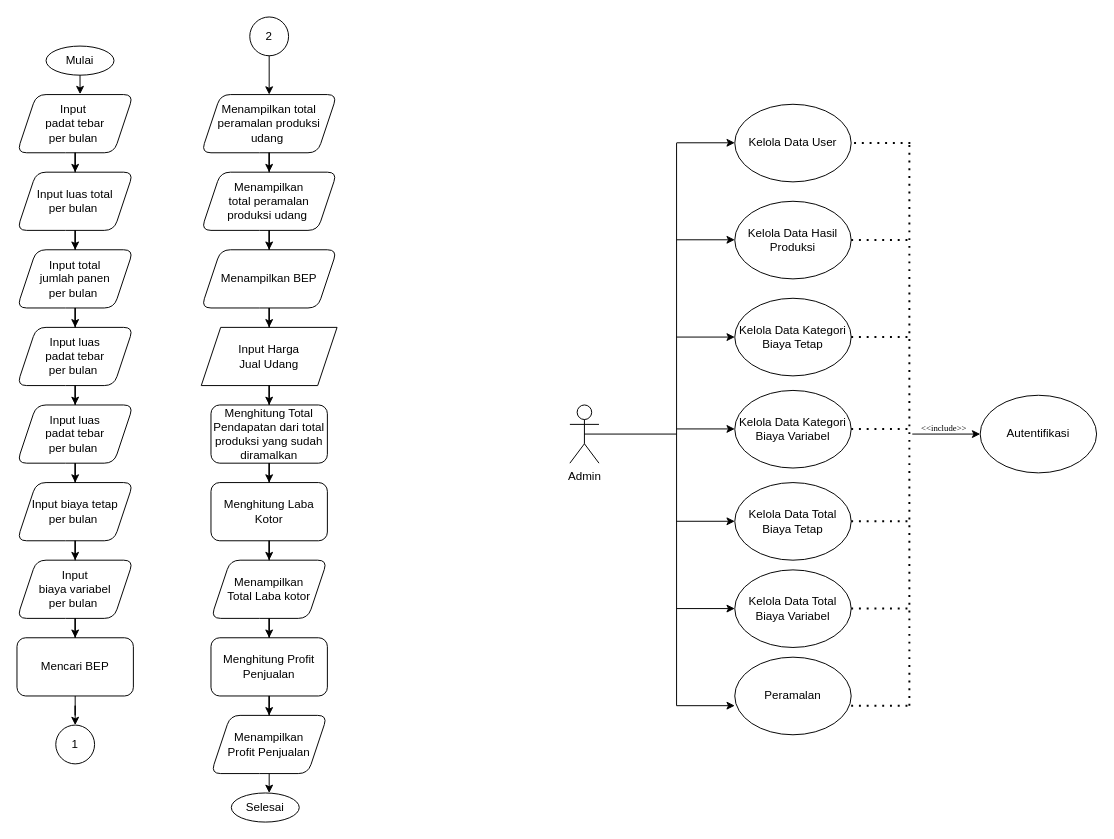
Earlier version of the draw.io diagram Untitled Diagram.drawio (rifjan29/draw--io). Source tidied: cells renumbered, new cells numbered last; positions are measured from the earlier drawing's top-left corner, leaving out a move shared by most shapes. Both pictures are drawn from the tidied source at 97%, with x=0, y=0 at pixel (16, 16).
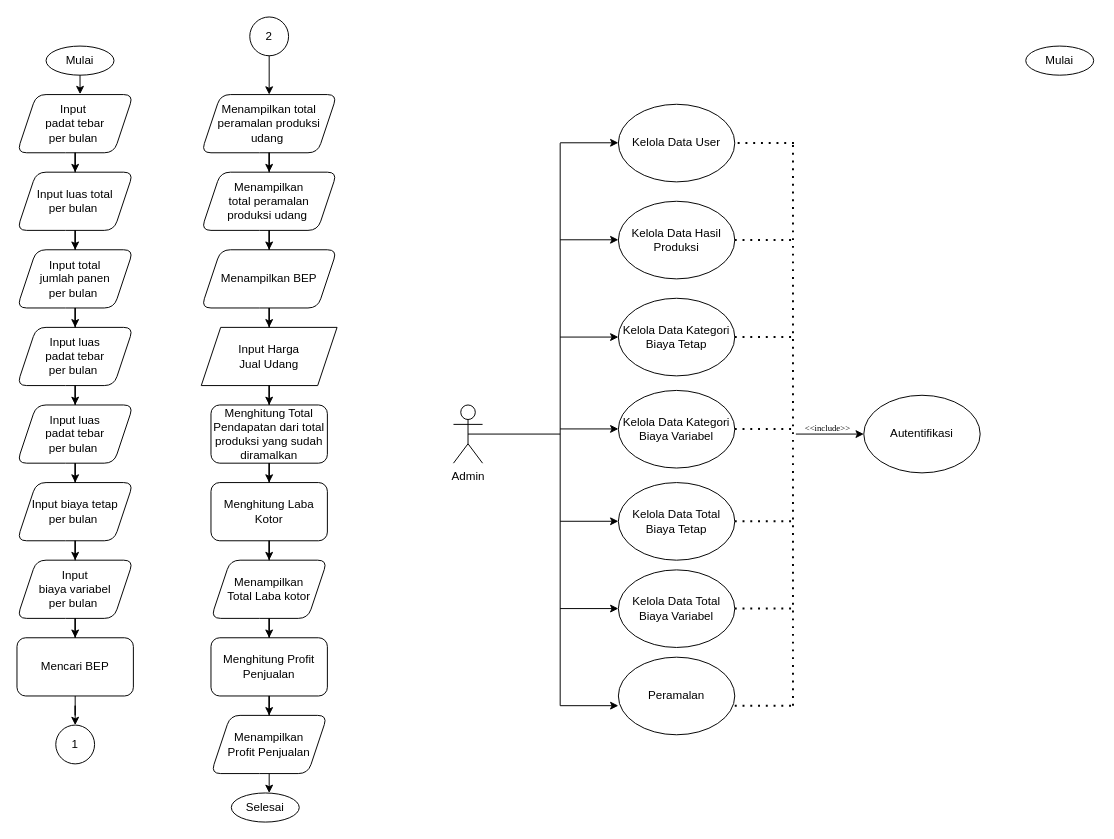
The same page after the edit.

Change to the diagram source:
```diff
@@
     <mxCell id="43" style="group;" parent="1" vertex="1">
-      <mxGeometry x="570" y="90" width="543" height="650" as="geometry" />
+      <mxGeometry x="450" y="90" width="543" height="650" as="geometry" />
     </mxCell>
@@
+    <mxCell id="73" value="Mulai" style="ellipse;whiteSpace=wrap;html=1;" parent="1" vertex="1">
+      <mxGeometry x="1040" y="30" width="70" height="30" as="geometry" />
+    </mxCell>
```
